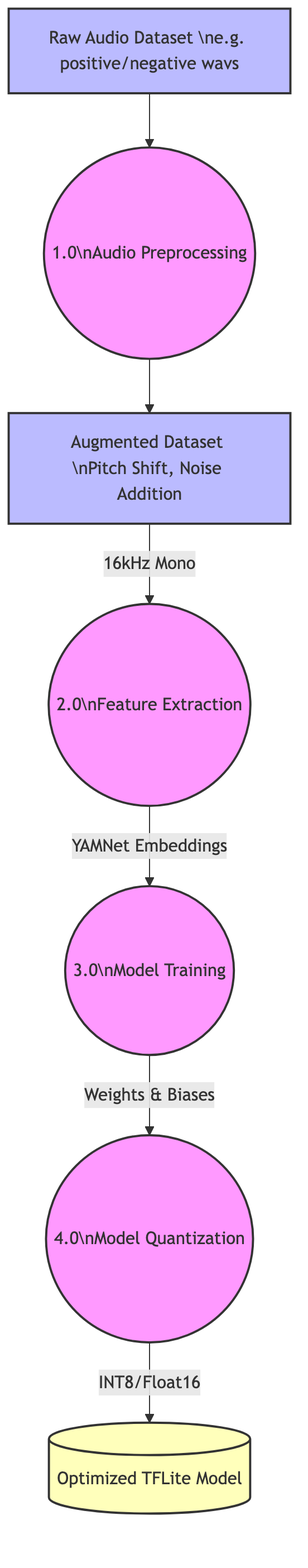
Above: hearalertt/09_training_dfd.png in pyabu/hearalert_v1.0 (Mermaid), before the change. Its source is kept beside it as hearalertt/09_training_dfd.mmd. The source it was exported from:
```mermaid
flowchart TD
    RAW[Raw Audio Dataset \ne.g. positive/negative wavs]
    AUG[Augmented Dataset \nPitch Shift, Noise Addition]

    P1((1.0\nAudio Preprocessing))
    P2((2.0\nFeature Extraction))
    P3((3.0\nModel Training))
    P4((4.0\nModel Quantization))

    MODEL[(Optimized TFLite Model)]

    RAW --> P1
    P1 --> AUG
    AUG --> |16kHz Mono| P2
    P2 --> |YAMNet Embeddings| P3
    P3 --> |Weights & Biases| P4
    P4 --> |INT8/Float16| MODEL

    classDef process fill:#f9f,stroke:#333,stroke-width:2px;
    classDef entity fill:#bbf,stroke:#333,stroke-width:2px;
    classDef db fill:#ffb,stroke:#333,stroke-width:2px;

    class P1,P2,P3,P4 process;
    class RAW,AUG entity;
    class MODEL db;
```
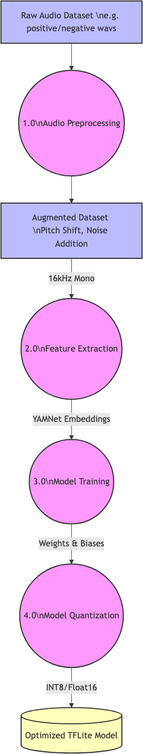
After the change.

Diff of the diagram source:
```diff
@@ -18,8 +18,8 @@
 
     classDef process fill:#f9f,stroke:#333,stroke-width:2px;
     classDef entity fill:#bbf,stroke:#333,stroke-width:2px;
-    classDef db fill:#ffb,stroke:#333,stroke-width:2px;
+    classDef store fill:#ffb,stroke:#333,stroke-width:2px;
 
     class P1,P2,P3,P4 process;
     class RAW,AUG entity;
-    class MODEL db;
+    class MODEL store;
```
